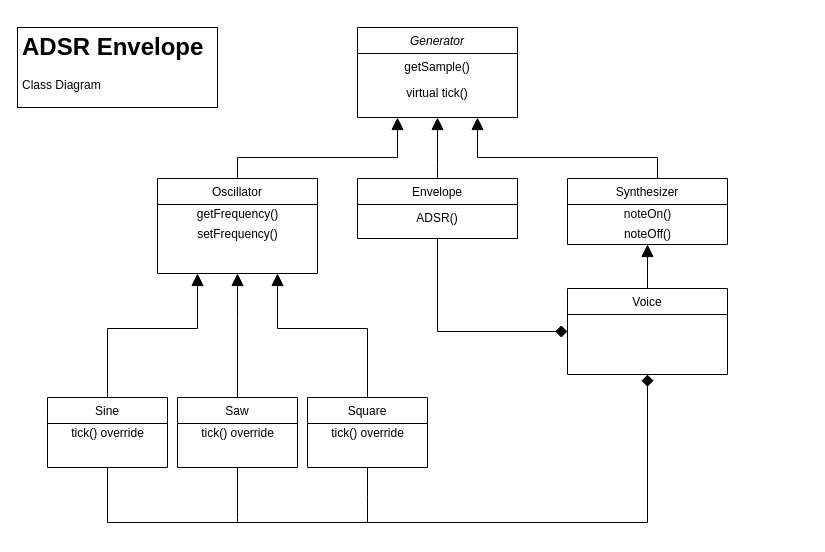
StevenRVE/ADSR_envelope_synth keeps this draw.io diagram as doc/class_diagram.drawio. Above is the earlier version. Source tidied: cells renumbered, new cells numbered last; positions are measured from the earlier drawing's top-left corner, leaving out a move shared by most shapes. Both pictures are drawn from the tidied source at 100%, with x=0, y=0 at pixel (17, 27).
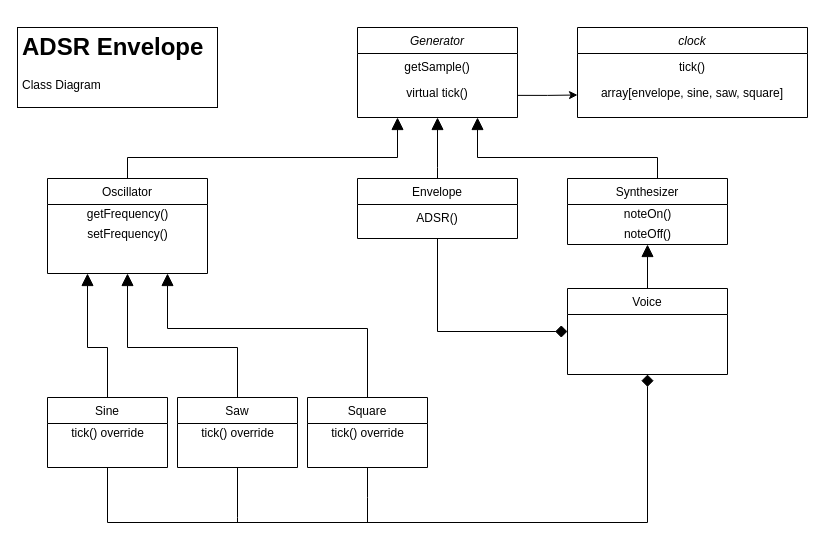
The same page after the edit.

The change refers to these unchanged cells:
```xml
<mxCell id="4" value="virtual tick()" style="text;align=center;verticalAlign=top;spacingLeft=4;spacingRight=4;overflow=hidden;points=[[0,0.5],[1,0.5]];portConstraint=eastwest;rounded=0;shadow=0;html=0;" parent="2" vertex="1">
  <mxGeometry y="52" width="160" height="26" as="geometry" />
</mxCell>
<mxCell id="10" value="Sine" style="swimlane;fontStyle=0;align=center;verticalAlign=top;horizontal=1;startSize=26;rounded=0;shadow=0;strokeWidth=1;" parent="1" vertex="1">
  <mxGeometry x="30" y="370" width="120" height="70" as="geometry" />
</mxCell>
<mxCell id="17" value="Saw" style="swimlane;fontStyle=0;align=center;verticalAlign=top;horizontal=1;startSize=26;rounded=0;shadow=0;strokeWidth=1;" parent="1" vertex="1">
  <mxGeometry x="160" y="370" width="120" height="70" as="geometry" />
</mxCell>
<mxCell id="21" value="Square" style="swimlane;fontStyle=0;align=center;verticalAlign=top;horizontal=1;startSize=26;rounded=0;shadow=0;strokeWidth=1;" parent="1" vertex="1">
  <mxGeometry x="290" y="370" width="120" height="70" as="geometry" />
</mxCell>
```

Change to the diagram source:
```diff
@@
     <mxCell id="5" value="Oscillator" style="swimlane;fontStyle=0;align=center;verticalAlign=top;horizontal=1;startSize=26;rounded=0;shadow=0;strokeWidth=1;" parent="1" vertex="1">
-      <mxGeometry x="140" y="151" width="160" height="95" as="geometry" />
+      <mxGeometry x="30" y="151" width="160" height="95" as="geometry" />
     </mxCell>
@@
     <mxCell id="9" style="edgeStyle=orthogonalEdgeStyle;rounded=0;jettySize=auto;html=1;endArrow=block;endFill=1;endSize=10;exitX=0.5;exitY=0;exitDx=0;exitDy=0;entryX=0.25;entryY=1;entryDx=0;entryDy=0;" parent="1" edge="1" source="10" target="5">
       <mxGeometry relative="1" as="geometry">
         <Array as="points">
-          <mxPoint x="90" y="301" />
-          <mxPoint x="180" y="301" />
+          <mxPoint x="90" y="320" />
+          <mxPoint x="70" y="320" />
         </Array>
       </mxGeometry>
     </mxCell>
@@
     <mxCell id="15" style="edgeStyle=orthogonalEdgeStyle;rounded=0;jettySize=auto;html=1;endArrow=block;endFill=1;endSize=10;entryX=0.5;entryY=1;entryDx=0;entryDy=0;exitX=0.5;exitY=0;exitDx=0;exitDy=0;" parent="1" edge="1" source="17" target="5">
       <mxGeometry relative="1" as="geometry">
         <Array as="points">
-          <mxPoint x="220" y="291" />
-          <mxPoint x="220" y="291" />
+          <mxPoint x="220" y="320" />
+          <mxPoint x="110" y="320" />
         </Array>
       </mxGeometry>
     </mxCell>
@@
     <mxCell id="19" style="edgeStyle=orthogonalEdgeStyle;rounded=0;jettySize=auto;html=1;endArrow=block;endFill=1;endSize=10;exitX=0.5;exitY=0;exitDx=0;exitDy=0;entryX=0.75;entryY=1;entryDx=0;entryDy=0;" parent="1" edge="1" source="21" target="5">
       <mxGeometry relative="1" as="geometry">
         <Array as="points">
           <mxPoint x="350" y="301" />
-          <mxPoint x="260" y="301" />
+          <mxPoint x="150" y="301" />
         </Array>
       </mxGeometry>
     </mxCell>
@@
+    <mxCell id="32" value="clock" style="swimlane;fontStyle=2;align=center;verticalAlign=top;horizontal=1;startSize=26;rounded=0;shadow=0;strokeWidth=1;" parent="1" vertex="1">
+      <mxGeometry x="560" width="230" height="90" as="geometry" />
+    </mxCell>
+    <mxCell id="33" value="tick()" style="text;align=center;verticalAlign=top;spacingLeft=4;spacingRight=4;overflow=hidden;" parent="32" vertex="1">
+      <mxGeometry y="26" width="230" height="26" as="geometry" />
+    </mxCell>
+    <mxCell id="34" value="array[envelope, sine, saw, square]" style="text;align=center;verticalAlign=top;spacingLeft=4;spacingRight=4;overflow=hidden;" parent="32" vertex="1">
+      <mxGeometry y="52" width="230" height="26" as="geometry" />
+    </mxCell>
+    <mxCell id="35" style="edgeStyle=orthogonalEdgeStyle;rounded=0;jettySize=auto;html=1;exitX=0.998;exitY=0.611;exitDx=0;exitDy=0;entryX=0;entryY=0.75;entryDx=0;entryDy=0;exitPerimeter=0;" parent="1" edge="1" source="4" target="32">
+      <mxGeometry relative="1" as="geometry" />
+    </mxCell>
```
